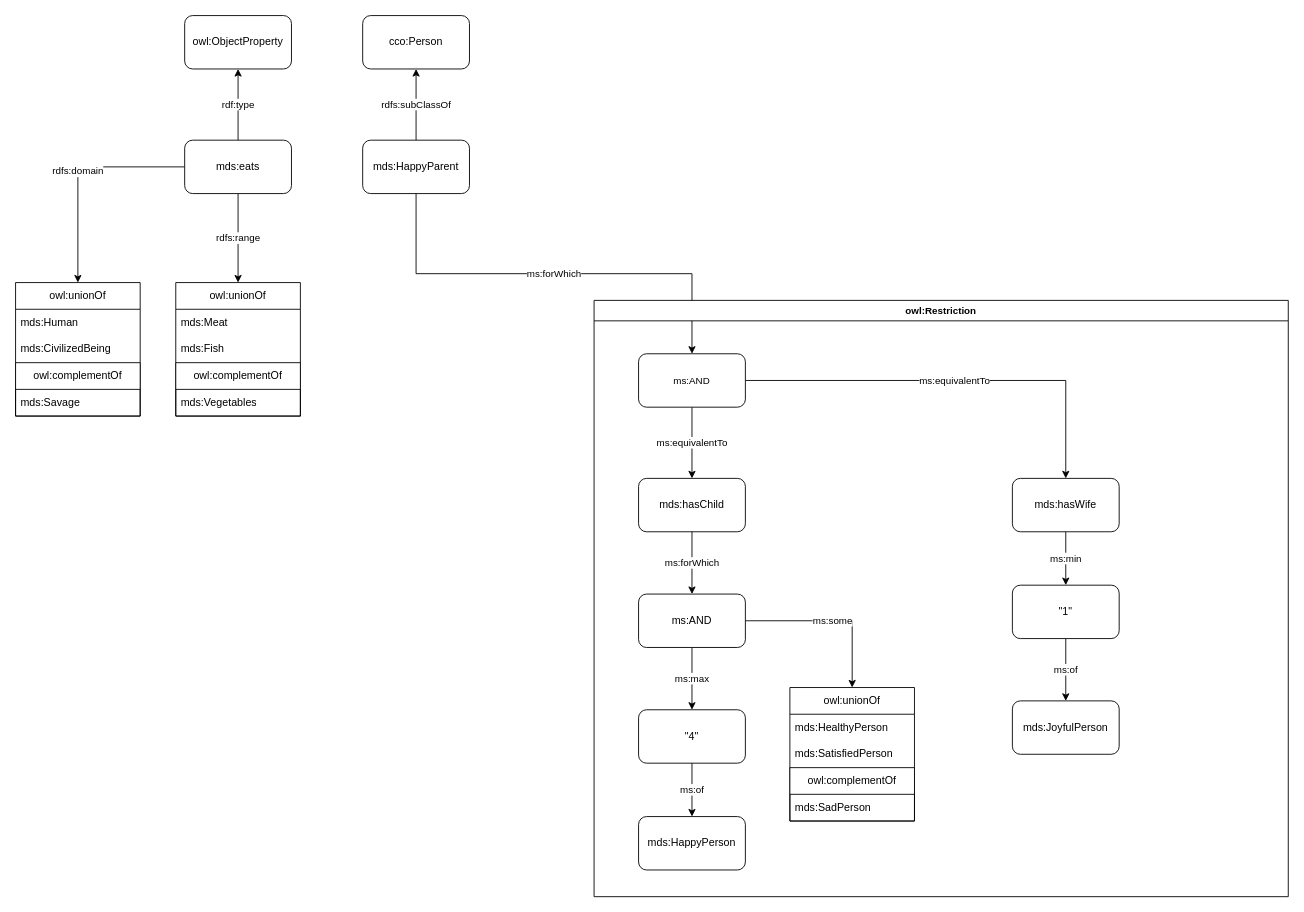
This is container-test.drawio from cwru-sdle/CEMENTO, a draw.io file, before an edit. Source tidied: cells renumbered, new cells numbered last; positions are measured from the earlier drawing's top-left corner, leaving out a move shared by most shapes. Both pictures are drawn from the tidied source at 89%, with x=0, y=0 at pixel (15, 15).
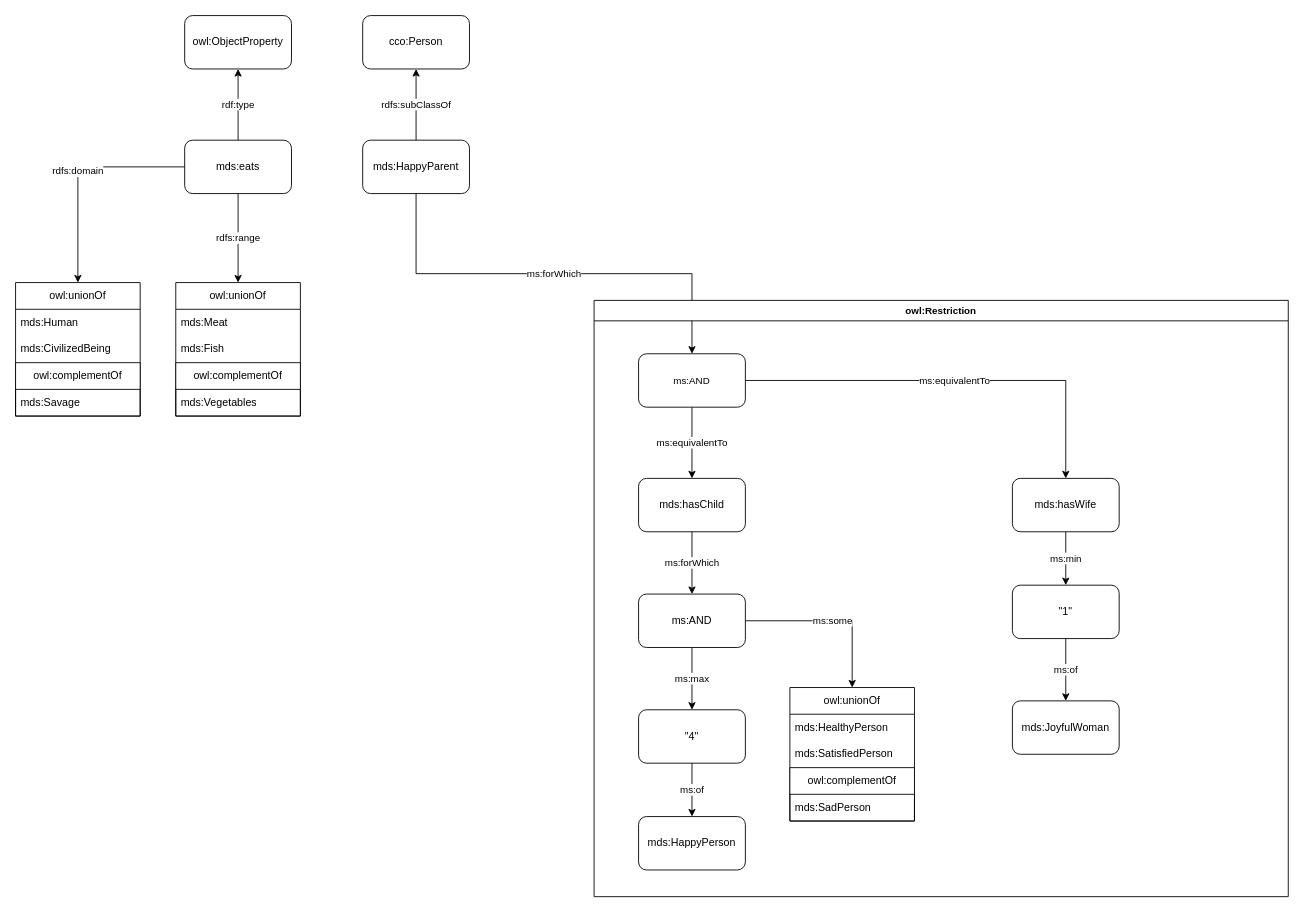
Above is the later version.

The change refers to these unchanged cells:
```xml
<mxCell id="21" value="owl:Restriction" style="swimlane;whiteSpace=wrap;html=1;fontFamily=Helvetica;fontSize=11;fontColor=default;labelBackgroundColor=default;" parent="1" vertex="1">
  <mxGeometry x="650" y="320" width="780" height="670" as="geometry" />
</mxCell>
```

What changed in the source:
```diff
@@
-    <mxCell id="34" value="mds:JoyfulPerson" style="rounded=1;whiteSpace=wrap;html=1;" parent="21" vertex="1">
+    <mxCell id="34" value="mds:JoyfulWoman" style="rounded=1;whiteSpace=wrap;html=1;" parent="21" vertex="1">
       <mxGeometry x="470" y="450" width="120" height="60" as="geometry" />
     </mxCell>
```
